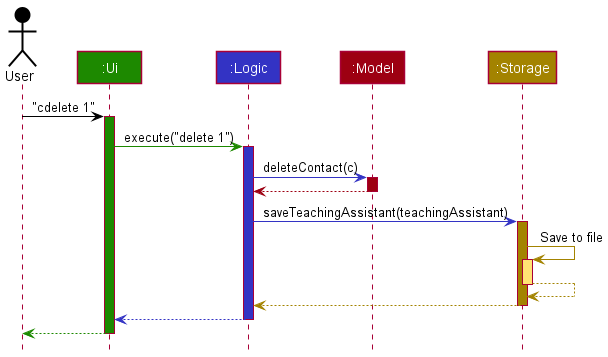
This is docs/images/ArchitectureSequenceDiagram.png from nus-cs2103-AY2021S2/tp, a PlantUML export, as it was before one commit.
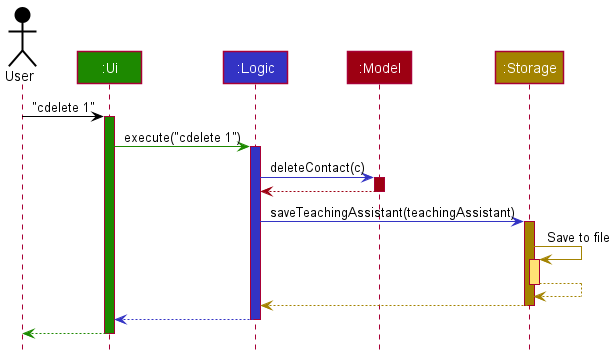
Later version of the same file.

What changed in the source:
```diff
@@ -10,7 +10,7 @@
 user -[USER_COLOR]> ui : "cdelete 1"
 activate ui UI_COLOR
 
-ui -[UI_COLOR]> logic : execute("delete 1")
+ui -[UI_COLOR]> logic : execute("cdelete 1")
 activate logic LOGIC_COLOR
 
 logic -[LOGIC_COLOR]> model : deleteContact(c)
```
